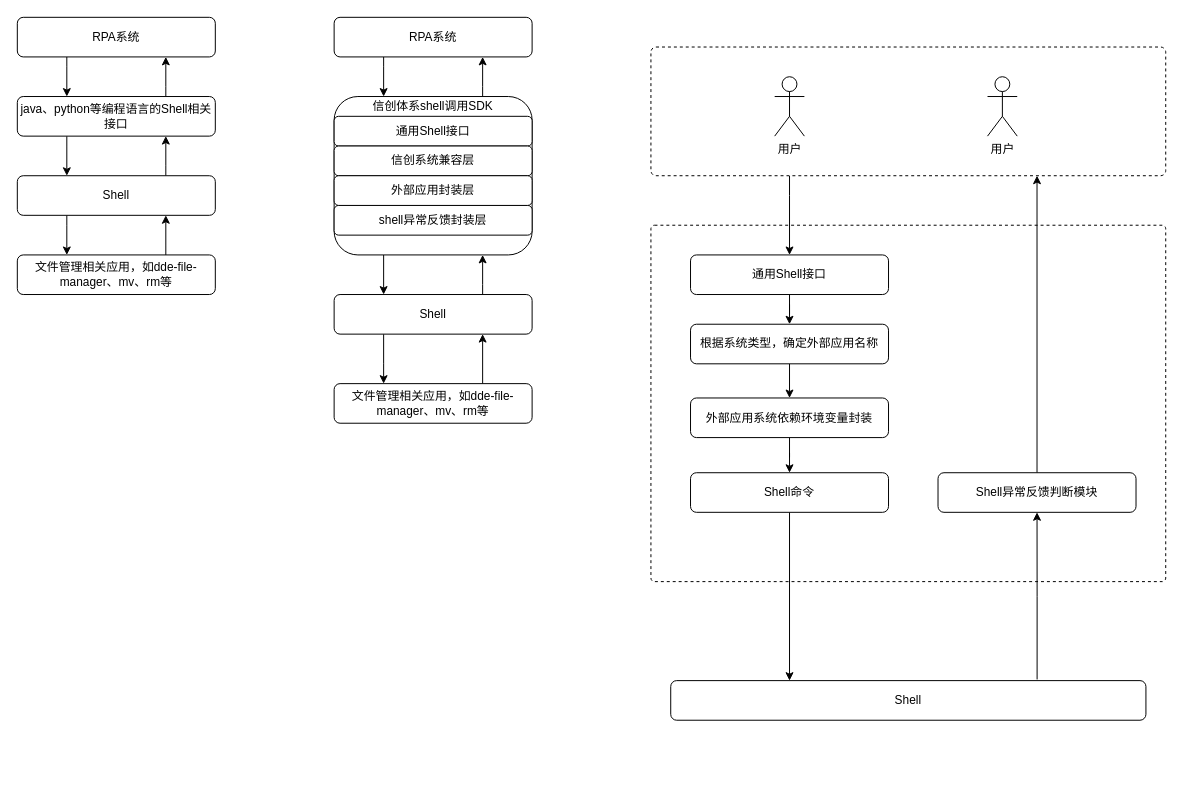
The draw.io diagram 【专利图】信创文件管理.drawio in ColonelDarcy2018/excelsior, before the edit. Source tidied: cells renumbered, new cells numbered last; positions are measured from the earlier drawing's top-left corner, leaving out a move shared by most shapes. Both pictures are drawn from the tidied source at 99%, with x=0, y=0 at pixel (17, 17).
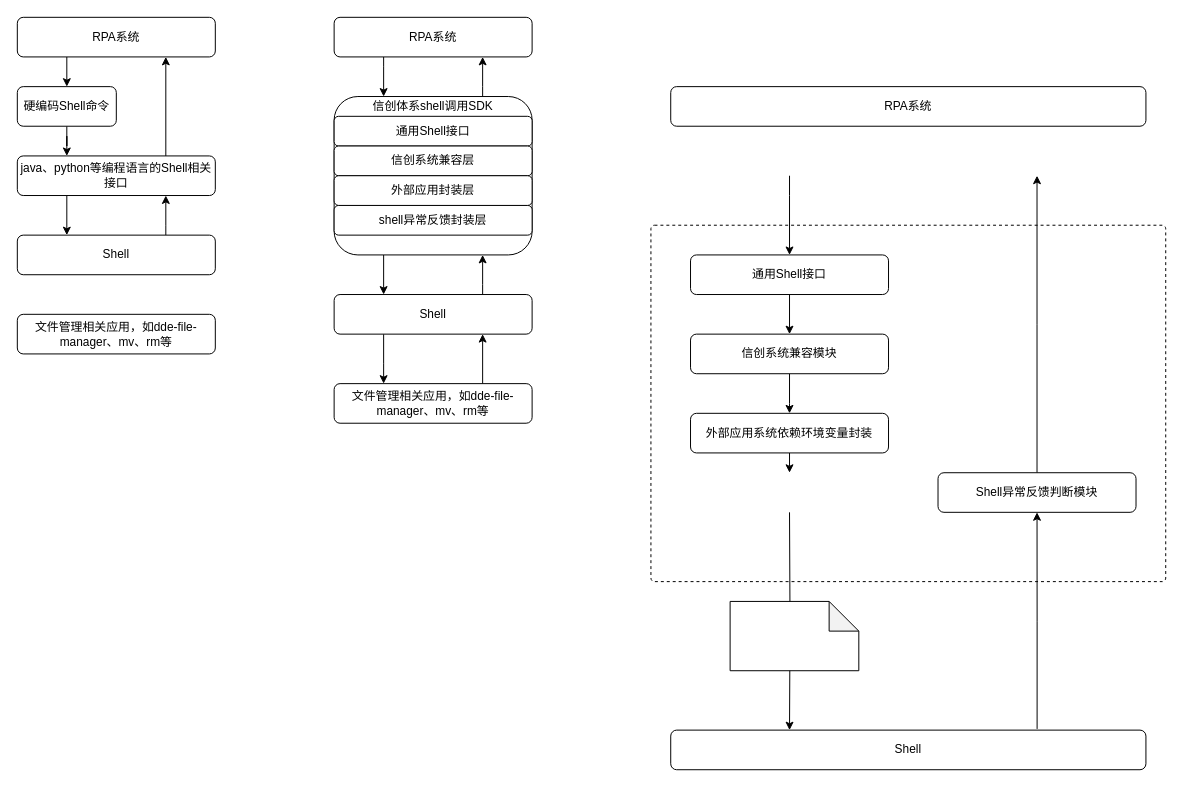
Above is the later version.

Commit message:
更新【专利图】信创文件管理.drawio

Unchanged cells that the change refers to:
```xml
<mxCell id="6" value="RPA系统" style="rounded=1;whiteSpace=wrap;html=1;" parent="1" vertex="1">
  <mxGeometry width="200" height="40" as="geometry" />
</mxCell>
<mxCell id="31" value="通用Shell接口" style="rounded=1;whiteSpace=wrap;html=1;" parent="1" vertex="1">
  <mxGeometry x="680" y="240" width="200" height="40" as="geometry" />
</mxCell>
<mxCell id="36" value="Shell异常反馈判断模块" style="rounded=1;whiteSpace=wrap;html=1;" parent="1" vertex="1">
  <mxGeometry x="930" y="460" width="200" height="40" as="geometry" />
</mxCell>
```

What changed in the source:
```diff
@@
-    <mxCell id="3" style="edgeStyle=orthogonalEdgeStyle;rounded=0;jettySize=auto;html=1;entryX=0.5;entryY=0;entryDx=0;entryDy=0;" parent="1" edge="1" source="4" target="31">
+    <mxCell id="3" style="edgeStyle=orthogonalEdgeStyle;rounded=0;jettySize=auto;html=1;entryX=0.5;entryY=0;entryDx=0;entryDy=0;" parent="1" edge="1" target="31">
       <mxGeometry relative="1" as="geometry">
+        <mxPoint x="780" y="160" as="sourcePoint" />
         <Array as="points">
           <mxPoint x="780" y="180" />
           <mxPoint x="780" y="180" />
         </Array>
       </mxGeometry>
     </mxCell>
-    <mxCell id="4" style="rounded=1;whiteSpace=wrap;html=1;dashed=1;arcSize=4;" parent="1" vertex="1">
-      <mxGeometry x="640" y="30" width="520" height="130" as="geometry" />
-    </mxCell>
-    <mxCell id="5" style="edgeStyle=orthogonalEdgeStyle;rounded=0;jettySize=auto;html=1;entryX=0.25;entryY=0;entryDx=0;entryDy=0;" parent="1" edge="1" source="6" target="9">
-      <mxGeometry relative="1" as="geometry">
-        <Array as="points">
-          <mxPoint x="50" y="50" />
-          <mxPoint x="50" y="50" />
-        </Array>
-      </mxGeometry>
-    </mxCell>
+    <mxCell id="44" style="edgeStyle=orthogonalEdgeStyle;rounded=0;jettySize=auto;html=1;exitX=0.25;exitY=1;exitDx=0;exitDy=0;entryX=0.5;entryY=0;entryDx=0;entryDy=0;" parent="1" edge="1" source="6" target="47">
+      <mxGeometry relative="1" as="geometry" />
+    </mxCell>
@@
+    <mxCell id="8" style="edgeStyle=orthogonalEdgeStyle;rounded=0;jettySize=auto;html=1;entryX=0.75;entryY=1;entryDx=0;entryDy=0;exitX=0.75;exitY=0;exitDx=0;exitDy=0;" parent="1" edge="1" source="9" target="6">
+      <mxGeometry relative="1" as="geometry" />
+    </mxCell>
-    <mxCell id="7" style="edgeStyle=orthogonalEdgeStyle;rounded=0;jettySize=auto;html=1;entryX=0.25;entryY=0;entryDx=0;entryDy=0;" parent="1" edge="1" source="9" target="12">
-      <mxGeometry relative="1" as="geometry">
-        <Array as="points">
-          <mxPoint x="50" y="130" />
-          <mxPoint x="50" y="130" />
-        </Array>
-      </mxGeometry>
+    <mxCell id="7" style="edgeStyle=orthogonalEdgeStyle;rounded=0;jettySize=auto;html=1;entryX=0.25;entryY=0;entryDx=0;entryDy=0;exitX=0.25;exitY=1;exitDx=0;exitDy=0;" parent="1" edge="1" source="9" target="12">
+      <mxGeometry relative="1" as="geometry" />
     </mxCell>
-    <mxCell id="8" style="edgeStyle=orthogonalEdgeStyle;rounded=0;jettySize=auto;html=1;entryX=0.75;entryY=1;entryDx=0;entryDy=0;" parent="1" edge="1" source="9" target="6">
-      <mxGeometry relative="1" as="geometry">
-        <Array as="points">
-          <mxPoint x="150" y="70" />
-          <mxPoint x="150" y="70" />
-        </Array>
-      </mxGeometry>
-    </mxCell>
     <mxCell id="9" value="java、python等编程语言的Shell相关接口" style="rounded=1;whiteSpace=wrap;html=1;" parent="1" vertex="1">
-      <mxGeometry y="80" width="200" height="40" as="geometry" />
+      <mxGeometry y="140" width="200" height="40" as="geometry" />
     </mxCell>
-    <mxCell id="10" style="edgeStyle=orthogonalEdgeStyle;rounded=0;jettySize=auto;html=1;entryX=0.25;entryY=0;entryDx=0;entryDy=0;" parent="1" edge="1" source="12" target="14">
-      <mxGeometry relative="1" as="geometry">
-        <Array as="points">
-          <mxPoint x="50" y="210" />
-          <mxPoint x="50" y="210" />
-        </Array>
-      </mxGeometry>
-    </mxCell>
     <mxCell id="11" style="edgeStyle=orthogonalEdgeStyle;rounded=0;jettySize=auto;html=1;entryX=0.75;entryY=1;entryDx=0;entryDy=0;" parent="1" edge="1" source="12" target="9">
       <mxGeometry relative="1" as="geometry">
         <Array as="points">
-          <mxPoint x="150" y="150" />
-          <mxPoint x="150" y="150" />
+          <mxPoint x="150" y="210" />
+          <mxPoint x="150" y="210" />
         </Array>
       </mxGeometry>
     </mxCell>
     <mxCell id="12" value="Shell" style="rounded=1;whiteSpace=wrap;html=1;" parent="1" vertex="1">
-      <mxGeometry y="160" width="200" height="40" as="geometry" />
+      <mxGeometry y="220" width="200" height="40" as="geometry" />
     </mxCell>
-    <mxCell id="13" style="edgeStyle=orthogonalEdgeStyle;rounded=0;jettySize=auto;html=1;entryX=0.75;entryY=1;entryDx=0;entryDy=0;" parent="1" edge="1" source="14" target="12">
-      <mxGeometry relative="1" as="geometry">
-        <Array as="points">
-          <mxPoint x="150" y="230" />
-          <mxPoint x="150" y="230" />
-        </Array>
-      </mxGeometry>
-    </mxCell>
     <mxCell id="14" value="文件管理相关应用，如dde-file-manager、mv、rm等" style="rounded=1;whiteSpace=wrap;html=1;" parent="1" vertex="1">
-      <mxGeometry y="240" width="200" height="40" as="geometry" />
+      <mxGeometry y="300" width="200" height="40" as="geometry" />
     </mxCell>
@@
-    <mxCell id="32" value="用户&lt;br&gt;" style="shape=umlActor;verticalLabelPosition=bottom;verticalAlign=top;html=1;" parent="1" vertex="1">
-      <mxGeometry x="765" y="60" width="30" height="60" as="geometry" />
-    </mxCell>
@@
     <mxCell id="34" value="Shell" style="rounded=1;whiteSpace=wrap;html=1;" parent="1" vertex="1">
-      <mxGeometry x="660" y="670" width="480" height="40" as="geometry" />
+      <mxGeometry x="660" y="720" width="480" height="40" as="geometry" />
     </mxCell>
-    <mxCell id="35" style="edgeStyle=orthogonalEdgeStyle;rounded=0;jettySize=auto;html=1;entryX=0.75;entryY=1;entryDx=0;entryDy=0;" parent="1" edge="1" source="36" target="4">
-      <mxGeometry relative="1" as="geometry" />
+    <mxCell id="35" style="edgeStyle=orthogonalEdgeStyle;rounded=0;jettySize=auto;html=1;entryX=0.75;entryY=1;entryDx=0;entryDy=0;" parent="1" edge="1" source="36">
+      <mxGeometry relative="1" as="geometry">
+        <mxPoint x="1030" y="160" as="targetPoint" />
+      </mxGeometry>
     </mxCell>
@@
-    <mxCell id="38" value="根据系统类型，确定外部应用名称" style="rounded=1;whiteSpace=wrap;html=1;" parent="1" vertex="1">
-      <mxGeometry x="680" y="310" width="200" height="40" as="geometry" />
+    <mxCell id="38" value="信创系统兼容模块" style="rounded=1;whiteSpace=wrap;html=1;" parent="1" vertex="1">
+      <mxGeometry x="680" y="320" width="200" height="40" as="geometry" />
     </mxCell>
-    <mxCell id="39" style="edgeStyle=orthogonalEdgeStyle;rounded=0;jettySize=auto;html=1;" parent="1" edge="1" source="40" target="42">
-      <mxGeometry relative="1" as="geometry" />
+    <mxCell id="39" style="edgeStyle=orthogonalEdgeStyle;rounded=0;jettySize=auto;html=1;" parent="1" edge="1" source="40">
+      <mxGeometry relative="1" as="geometry">
+        <mxPoint x="780" y="460" as="targetPoint" />
+      </mxGeometry>
     </mxCell>
     <mxCell id="40" value="外部应用系统依赖环境变量封装" style="rounded=1;whiteSpace=wrap;html=1;" parent="1" vertex="1">
-      <mxGeometry x="680" y="384.5" width="200" height="40" as="geometry" />
+      <mxGeometry x="680" y="400" width="200" height="40" as="geometry" />
     </mxCell>
-    <mxCell id="41" style="edgeStyle=orthogonalEdgeStyle;rounded=0;jettySize=auto;html=1;entryX=0.25;entryY=0;entryDx=0;entryDy=0;" parent="1" edge="1" source="42" target="34">
-      <mxGeometry relative="1" as="geometry" />
+    <mxCell id="41" style="edgeStyle=orthogonalEdgeStyle;rounded=0;jettySize=auto;html=1;entryX=0.25;entryY=0;entryDx=0;entryDy=0;" parent="1" edge="1" target="34">
+      <mxGeometry relative="1" as="geometry">
+        <mxPoint x="780" y="500" as="sourcePoint" />
+      </mxGeometry>
     </mxCell>
-    <mxCell id="42" value="Shell命令" style="rounded=1;whiteSpace=wrap;html=1;" parent="1" vertex="1">
-      <mxGeometry x="680" y="460" width="200" height="40" as="geometry" />
-    </mxCell>
-    <mxCell id="43" value="用户&lt;br&gt;" style="shape=umlActor;verticalLabelPosition=bottom;verticalAlign=top;html=1;" parent="1" vertex="1">
-      <mxGeometry x="980" y="60" width="30" height="60" as="geometry" />
-    </mxCell>
+    <mxCell id="45" style="shape=note;whiteSpace=wrap;html=1;backgroundOutline=1;darkOpacity=0.05;" parent="1" vertex="1">
+      <mxGeometry x="720" y="590" width="130" height="70" as="geometry" />
+    </mxCell>
+    <mxCell id="46" style="edgeStyle=orthogonalEdgeStyle;rounded=0;jettySize=auto;html=1;entryX=0.25;entryY=0;entryDx=0;entryDy=0;" parent="1" edge="1" source="47" target="9">
+      <mxGeometry relative="1" as="geometry" />
+    </mxCell>
+    <mxCell id="47" value="硬编码Shell命令" style="rounded=1;whiteSpace=wrap;html=1;" parent="1" vertex="1">
+      <mxGeometry y="70" width="100" height="40" as="geometry" />
+    </mxCell>
+    <mxCell id="48" value="RPA系统" style="rounded=1;whiteSpace=wrap;html=1;" parent="1" vertex="1">
+      <mxGeometry x="660" y="70" width="480" height="40" as="geometry" />
+    </mxCell>
```
